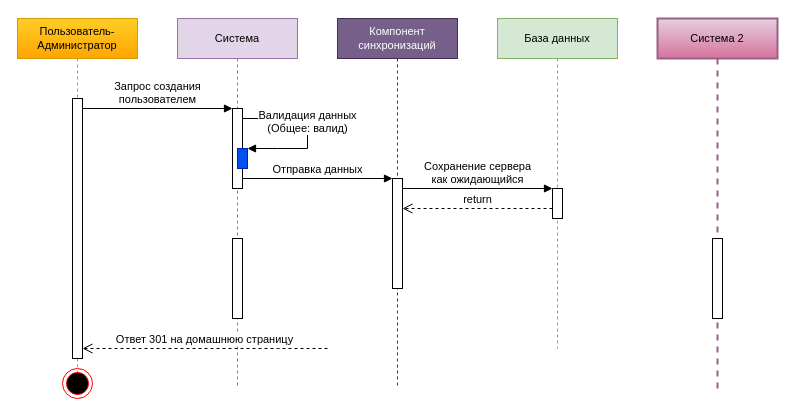
Kopchan/wepicsync keeps this draw.io diagram as page "🔗Sync: создание" (4 of 23) of docs/Последовательности.drawio. Above is the earlier version. Source tidied: cells renumbered, new cells numbered last; positions are measured from the earlier drawing's top-left corner, leaving out a move shared by most shapes. Both pictures are drawn from the tidied source at 100%, with x=0, y=0 at pixel (17, 18).
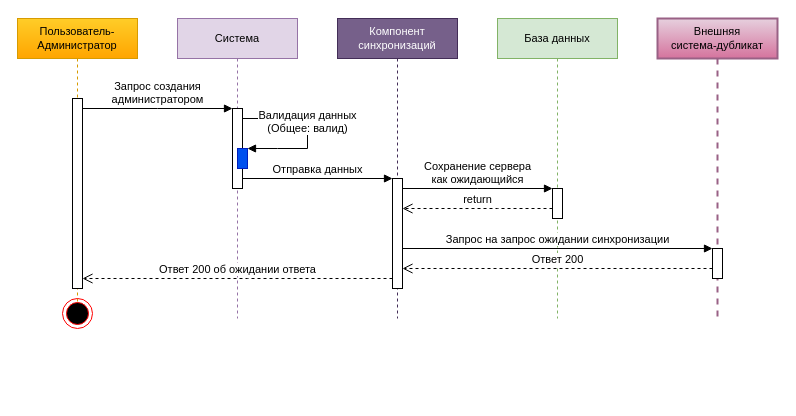
The same page after the edit.

The change refers to these unchanged cells:
```xml
<mxCell id="3" style="html=1;points=[];perimeter=orthogonalPerimeter;labelBackgroundColor=none;strokeColor=#000000;fontFamily=Helvetica;fontSize=11;fontColor=default;fillColor=default;" parent="2" vertex="1">
  <mxGeometry x="55" y="90" width="10" height="80" as="geometry" />
</mxCell>
<mxCell id="11" style="html=1;points=[];perimeter=orthogonalPerimeter;labelBackgroundColor=none;strokeColor=#000000;fontFamily=Helvetica;fontSize=11;fontColor=default;fillColor=default;" parent="10" vertex="1">
  <mxGeometry x="55" y="160" width="10" height="110" as="geometry" />
</mxCell>
```

The edit, as a diff of the source:
```diff
@@
     <mxCell id="2" value="Система" style="shape=umlLifeline;perimeter=lifelinePerimeter;whiteSpace=wrap;html=1;labelBackgroundColor=none;strokeColor=#9673a6;fontFamily=Helvetica;fontSize=11;fillColor=#e1d5e7;" parent="1" vertex="1">
-      <mxGeometry x="160" width="120" height="370" as="geometry" />
+      <mxGeometry x="160" width="120" height="300" as="geometry" />
     </mxCell>
@@
-    <mxCell id="4" style="html=1;perimeter=orthogonalPerimeter;labelBackgroundColor=none;strokeColor=#000000;fontFamily=Helvetica;fontSize=11;fontColor=default;fillColor=default;" parent="2" vertex="1">
-      <mxGeometry x="55" y="220" width="10" height="80" as="geometry" />
-    </mxCell>
@@
     <mxCell id="7" value="Пользователь-Администратор" style="shape=umlLifeline;perimeter=lifelinePerimeter;whiteSpace=wrap;html=1;labelBackgroundColor=none;strokeColor=#d79b00;fontFamily=Helvetica;fontSize=11;fillColor=#ffcd28;gradientColor=#ffa500;" parent="1" vertex="1">
-      <mxGeometry width="120" height="360" as="geometry" />
+      <mxGeometry width="120" height="300" as="geometry" />
     </mxCell>
     <mxCell id="8" style="html=1;points=[];perimeter=orthogonalPerimeter;labelBackgroundColor=none;strokeColor=#000000;fontFamily=Helvetica;fontSize=11;fontColor=default;fillColor=default;" parent="7" vertex="1">
-      <mxGeometry x="55" y="80" width="10" height="260" as="geometry" />
+      <mxGeometry x="55" y="80" width="10" height="190" as="geometry" />
     </mxCell>
+    <mxCell id="12" style="ellipse;html=1;shape=endState;fillColor=#000000;strokeColor=#ff0000;labelBackgroundColor=none;fontFamily=Helvetica;fontSize=11;fontColor=default;" parent="7" vertex="1">
+      <mxGeometry x="45" y="280" width="30" height="30" as="geometry" />
+    </mxCell>
-    <mxCell id="9" value="Запрос создания&lt;br&gt;пользователем" style="html=1;verticalAlign=bottom;endArrow=block;rounded=0;labelBackgroundColor=default;strokeColor=default;fontFamily=Helvetica;fontSize=11;fontColor=default;shape=connector;curved=0;" parent="1" edge="1" source="8" target="3">
+    <mxCell id="9" value="Запрос создания&lt;br&gt;администратором" style="html=1;verticalAlign=bottom;endArrow=block;rounded=0;labelBackgroundColor=default;strokeColor=default;fontFamily=Helvetica;fontSize=11;fontColor=default;shape=connector;curved=0;" parent="1" edge="1" source="8" target="3">
       <mxGeometry relative="1" as="geometry">
         <Array as="points">
           <mxPoint x="140" y="90" />
         </Array>
       </mxGeometry>
     </mxCell>
     <mxCell id="10" value="Компонент синхронизаций" style="shape=umlLifeline;perimeter=lifelinePerimeter;whiteSpace=wrap;html=1;labelBackgroundColor=none;strokeColor=#432D57;fontFamily=Helvetica;fontSize=11;fillColor=#76608a;fontColor=#ffffff;" parent="1" vertex="1">
-      <mxGeometry x="320" width="120" height="370" as="geometry" />
+      <mxGeometry x="320" width="120" height="300" as="geometry" />
     </mxCell>
@@
-    <mxCell id="12" style="ellipse;html=1;shape=endState;fillColor=#000000;strokeColor=#ff0000;labelBackgroundColor=none;fontFamily=Helvetica;fontSize=11;fontColor=default;" parent="1" vertex="1">
-      <mxGeometry x="45" y="350" width="30" height="30" as="geometry" />
-    </mxCell>
-    <mxCell id="13" value="Ответ 301 на домашнюю страницу" style="html=1;verticalAlign=bottom;endArrow=open;dashed=1;endSize=8;rounded=0;labelBackgroundColor=default;strokeColor=default;fontFamily=Helvetica;fontSize=11;fontColor=default;shape=connector;curved=0;" parent="1" edge="1" target="8">
+    <mxCell id="13" value="Ответ 200 об ожидании ответа" style="html=1;verticalAlign=bottom;endArrow=open;dashed=1;endSize=8;rounded=0;labelBackgroundColor=default;strokeColor=default;fontFamily=Helvetica;fontSize=11;fontColor=default;shape=connector;curved=0;" parent="1" edge="1" source="11" target="8">
       <mxGeometry relative="1" as="geometry">
-        <mxPoint x="310" y="330" as="sourcePoint" />
         <Array as="points">
-          <mxPoint x="260" y="330" />
+          <mxPoint x="230" y="260" />
         </Array>
       </mxGeometry>
     </mxCell>
@@
     <mxCell id="15" value="База данных" style="shape=umlLifeline;perimeter=lifelinePerimeter;whiteSpace=wrap;html=1;labelBackgroundColor=none;strokeColor=#82b366;fontFamily=Helvetica;fontSize=11;fillColor=#d5e8d4;" parent="1" vertex="1">
-      <mxGeometry x="480" width="120" height="330" as="geometry" />
+      <mxGeometry x="480" width="120" height="300" as="geometry" />
     </mxCell>
@@
-    <mxCell id="19" value="Система 2" style="shape=umlLifeline;perimeter=lifelinePerimeter;whiteSpace=wrap;html=1;labelBackgroundColor=none;strokeColor=#996185;fontFamily=Helvetica;fontSize=11;fillColor=#e6d0de;strokeWidth=2;gradientColor=#d5739d;" parent="1" vertex="1">
-      <mxGeometry x="640" width="120" height="370" as="geometry" />
+    <mxCell id="19" value="Внешняя &lt;br&gt;система-дубликат" style="shape=umlLifeline;perimeter=lifelinePerimeter;whiteSpace=wrap;html=1;labelBackgroundColor=none;strokeColor=#996185;fontFamily=Helvetica;fontSize=11;fillColor=#e6d0de;strokeWidth=2;gradientColor=#d5739d;" parent="1" vertex="1">
+      <mxGeometry x="640" width="120" height="300" as="geometry" />
     </mxCell>
     <mxCell id="20" style="html=1;points=[];perimeter=orthogonalPerimeter;labelBackgroundColor=none;strokeColor=#000000;fontFamily=Helvetica;fontSize=11;fontColor=default;fillColor=default;" parent="19" vertex="1">
-      <mxGeometry x="55" y="220" width="10" height="80" as="geometry" />
+      <mxGeometry x="55" y="230" width="10" height="30" as="geometry" />
     </mxCell>
+    <mxCell id="21" value="Запрос на запрос ожидании синхронизации" style="html=1;verticalAlign=bottom;endArrow=block;rounded=0;labelBackgroundColor=default;strokeColor=default;fontFamily=Helvetica;fontSize=11;fontColor=default;shape=connector;curved=0;" parent="1" edge="1" source="11" target="20">
+      <mxGeometry relative="1" as="geometry" />
+    </mxCell>
+    <mxCell id="22" value="Ответ 200" style="html=1;verticalAlign=bottom;endArrow=open;dashed=1;endSize=8;rounded=0;labelBackgroundColor=default;strokeColor=default;fontFamily=Helvetica;fontSize=11;fontColor=default;shape=connector;curved=0;" parent="1" edge="1" source="20" target="11">
+      <mxGeometry relative="1" as="geometry">
+        <Array as="points">
+          <mxPoint x="600" y="250" />
+        </Array>
+      </mxGeometry>
+    </mxCell>
```
